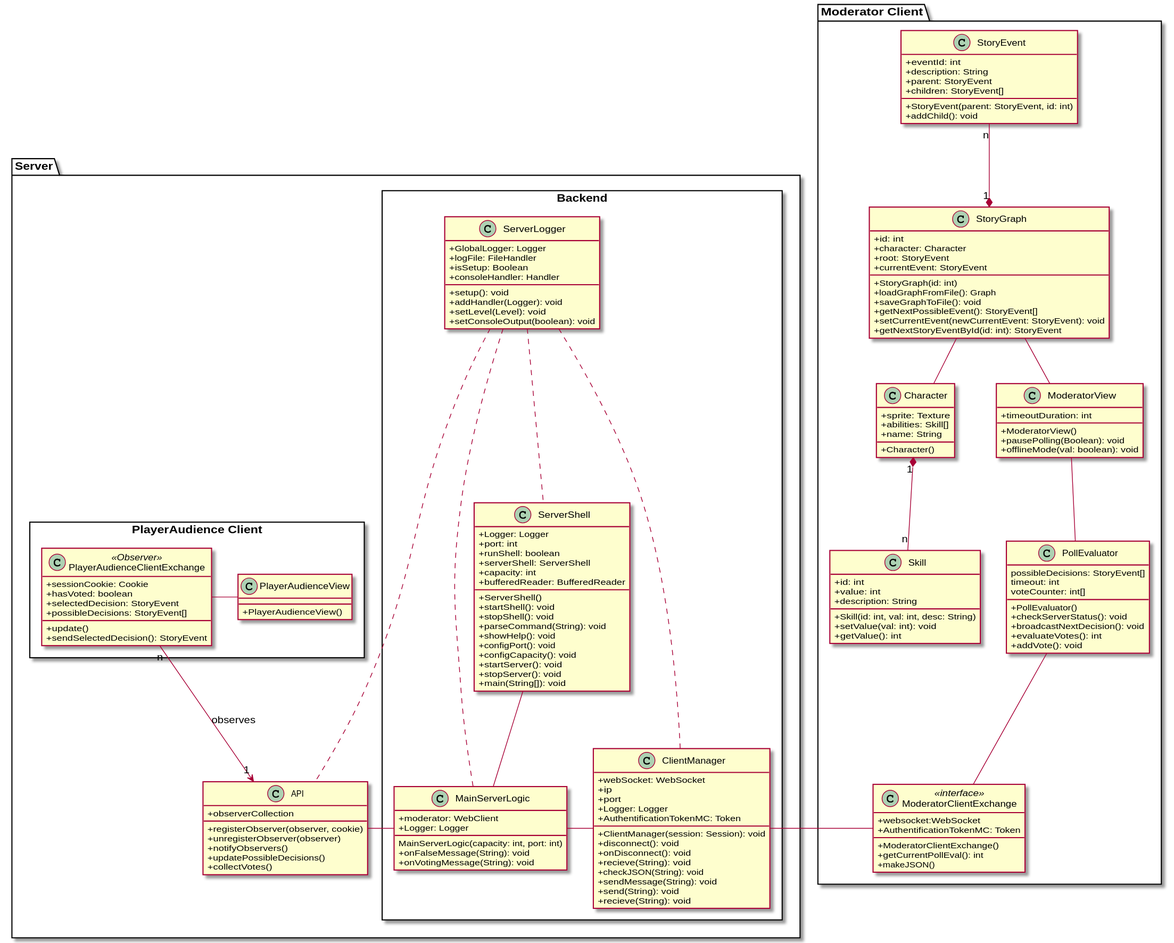
Earlier version of the PlantUML export Docs/Technical Specifications/docs/diagrams/ClassDiagrams/ClassDiagram.svg (Brotenko/QualityQuest).
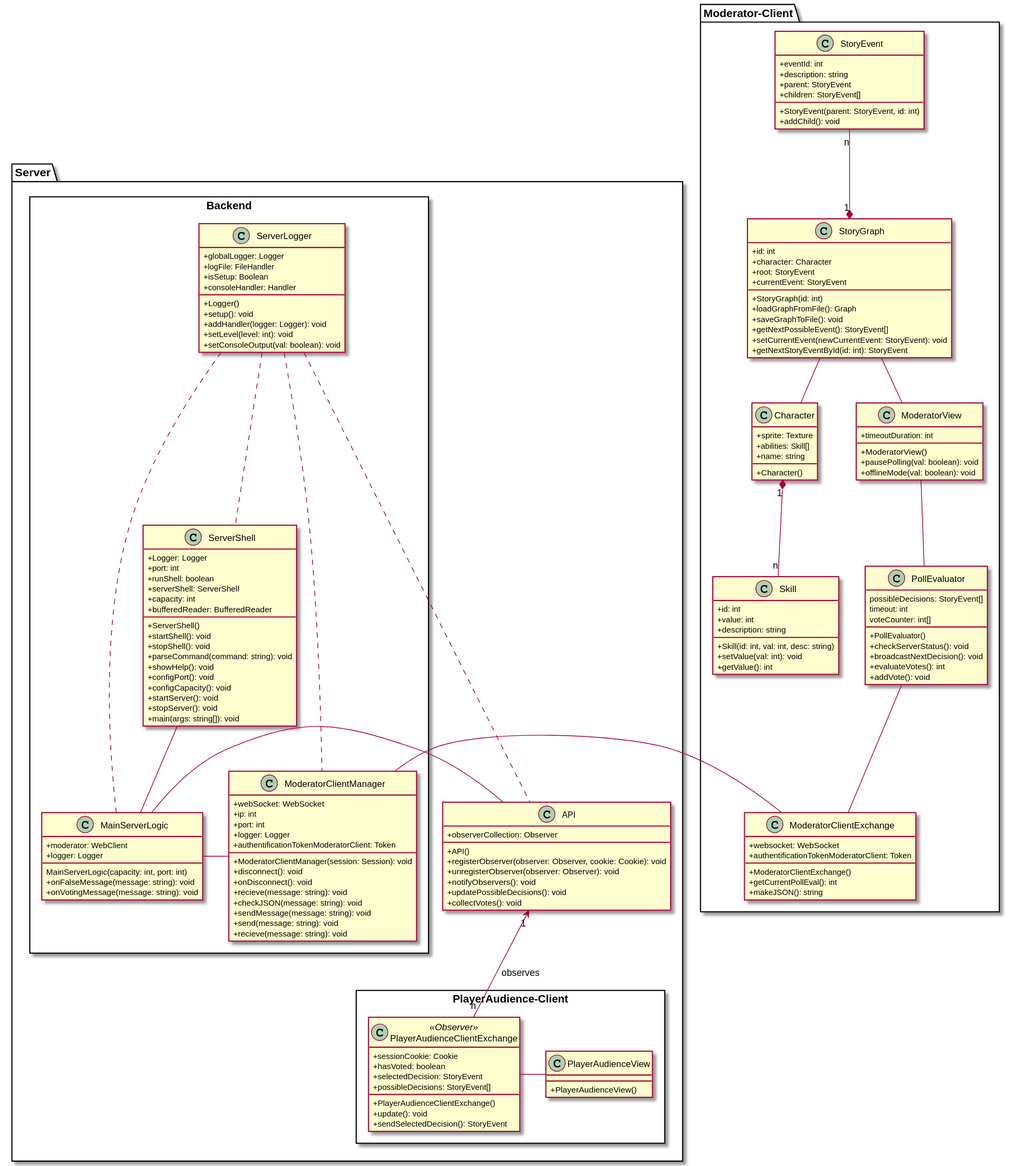
After the change.

The edit, as a diff of the source:
```diff
@@ -1,11 +1,12 @@
 @startuml
+
 skinparam classAttributeIconSize 0
 
-package "Moderator Client" {
+package "Moderator-Client" {
 
   class StoryEvent {
     {field} +eventId: int
-    {field} +description: String
+    {field} +description: string
     {field} +parent: StoryEvent
     {field} +children: StoryEvent[]
     {method} +StoryEvent(parent: StoryEvent, id: int)
@@ -28,8 +29,8 @@
   class Skill {
     {field} +id: int
     {field} +value: int
-    {field} +description: String
-    {method} + Skill(id: int, val: int, desc: String)
+    {field} +description: string
+    {method} + Skill(id: int, val: int, desc: string)
     {method} + setValue(val: int): void
     {method} + getValue(): int
   }
@@ -37,14 +38,14 @@
   class Character {
     {field} +sprite: Texture
     {field} +abilities: Skill[]
-    {field} +name: String
+    {field} +name: string
     {method} +Character()
   }
 
   class "ModeratorView" as mf {
     {field} +timeoutDuration: int
     {method} +ModeratorView()
-    {method} +pausePolling(Boolean): void
+    {method} +pausePolling(val: boolean): void
     {method} +offlineMode(val: boolean): void
   }
 
@@ -60,12 +61,12 @@
     {method} +addVote(): void
   }
 
-  class "ModeratorClientExchange" as mcei <<interface>>{
-    {field} +websocket:WebSocket
-    {field} +AuthentificationTokenMC: Token
+  class "ModeratorClientExchange" as mcei{
+    {field} +websocket: WebSocket
+    {field} +authentificationTokenModeratorClient: Token
     {method} +ModeratorClientExchange()
     {method} +getCurrentPollEval(): int
-    {method} +makeJSON()
+    {method} +makeJSON(): string
   }
 
   StoryEvent "n" --* "1" StoryGraph
@@ -78,13 +79,15 @@
 
 package "Server" {
    class "API" as api {
-        {field} +observerCollection
-        {method} +registerObserver(observer, cookie)
-        {method} +unregisterObserver(observer)
-        {method} +notifyObservers()
-        {method} +updatePossibleDecisions()
-        {method} +collectVotes()
+        {field} +observerCollection: Observer
+        {method} +API()
+        {method} +registerObserver(observer: Observer, cookie: Cookie): void
+        {method} +unregisterObserver(observer: Observer): void
+        {method} +notifyObservers(): void
+        {method} +updatePossibleDecisions(): void
+        {method} +collectVotes(): void
   }
+
   package "Backend" <<Rectangle>>{
     class "ServerShell" as ss {
       {field} +Logger: Logger
@@ -96,58 +99,60 @@
       {method} +ServerShell()
       {method} +startShell(): void
       {method} +stopShell(): void
-      {method} +parseCommand(String): void
+      {method} +parseCommand(command: string): void
       {method} +showHelp(): void
       {method} +configPort(): void
       {method} +configCapacity(): void
       {method} +startServer(): void
       {method} +stopServer(): void
-      {method} +main(String[]): void
+      {method} +main(args: string[]): void
     }
 
-    class "ClientManager" as cm {
+    class "ModeratorClientManager" as cm {
       {field} +webSocket: WebSocket
-      {field} +ip
-      {field} +port
-      {field} +Logger: Logger
-      {field} +AuthentificationTokenMC: Token
-      {method} +ClientManager(session: Session): void
+      {field} +ip: int
+      {field} +port: int
+      {field} +logger: Logger
+      {field} +authentificationTokenModeratorClient: Token
+      {method} +ModeratorClientManager(session: Session): void
       {method} +disconnect(): void
       {method} +onDisconnect(): void
-      {method} +recieve(String): void
-      {method} +checkJSON(String): void
-      {method} +sendMessage(String): void
-      {method} +send(String): void
-      {method} +recieve(String): void
+      {method} +recieve(message: string): void
+      {method} +checkJSON(message: string): void
+      {method} +sendMessage(message: string): void
+      {method} +send(message: string): void
+      {method} +recieve(message: string): void
     }
 
     class "MainServerLogic" as msl {
       {field} +moderator: WebClient
-      {field} +Logger: Logger
+      {field} +logger: Logger
       {method} MainServerLogic(capacity: int, port: int)
-      {method} +onFalseMessage(String): void
-      {method} +onVotingMessage(String): void
+      {method} +onFalseMessage(message: string): void
+      {method} +onVotingMessage(message: string): void
 
     }
 
     class "ServerLogger" as sl {
-      {field} +GlobalLogger: Logger
+      {field} +globalLogger: Logger
       {field} +logFile: FileHandler
       {field} +isSetup: Boolean
       {field} +consoleHandler: Handler
+      {method} +Logger()
       {method} +setup(): void
-      {method} +addHandler(Logger): void
-      {method} +setLevel(Level): void
-      {method} +setConsoleOutput(boolean): void
+      {method} +addHandler(logger: Logger): void
+      {method} +setLevel(level: int): void
+      {method} +setConsoleOutput(val: boolean): void
     }
   }
-  package "PlayerAudience Client" <<Rectangle>>{
+  package "PlayerAudience-Client" <<Rectangle>>{
     class "PlayerAudienceClientExchange" as pace <<Observer>>{
       {field} +sessionCookie: Cookie
       {field} +hasVoted: boolean
       {field} +selectedDecision: StoryEvent
       {field} +possibleDecisions: StoryEvent[]
-      {method} +update()
+      {method} +PlayerAudienceClientExchange()
+      {method} +update(): void
       {method} +sendSelectedDecision(): StoryEvent
     }
 
@@ -167,4 +172,5 @@
 }
 
 mcei - cm
+
 @enduml
```
